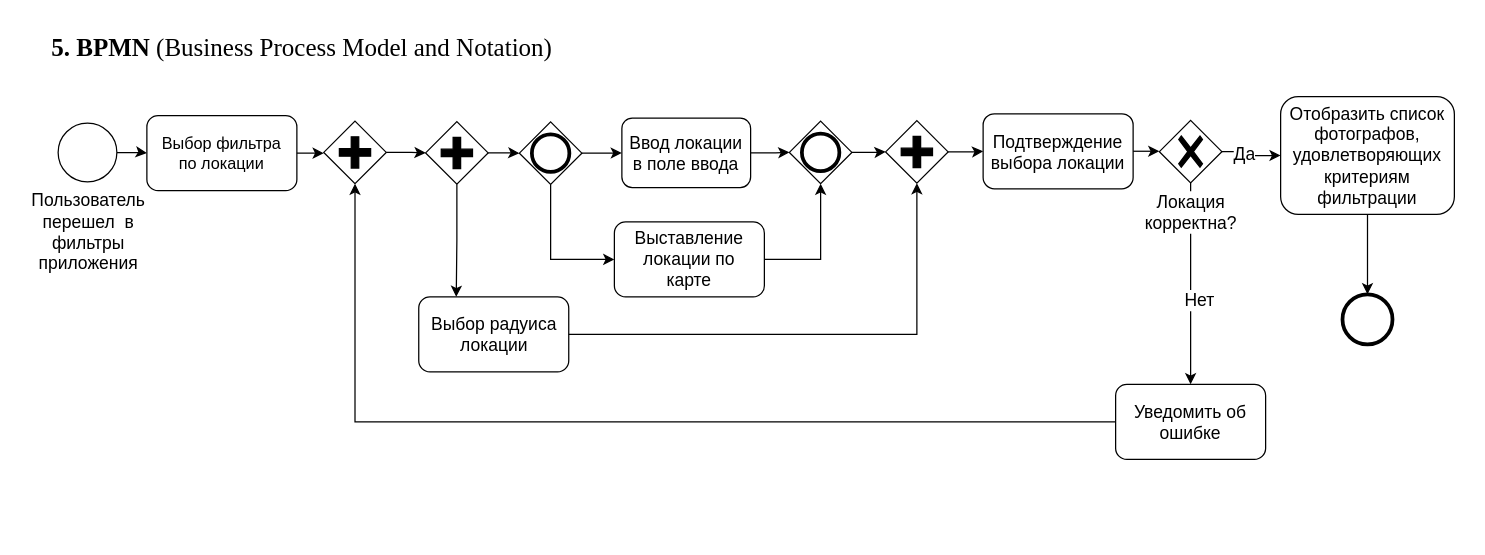
Above: page "Страница — 2" (2 of 2) of Vakhromova_Jenya/Бизнес требования.drawio in abdullahproff/BSA21_1 (draw.io), before the change. Source tidied: cells renumbered, new cells numbered last; positions are measured from the earlier drawing's top-left corner, leaving out a move shared by most shapes. Both pictures are drawn from the tidied source at 125%, with x=0, y=0 at pixel (21, 21).
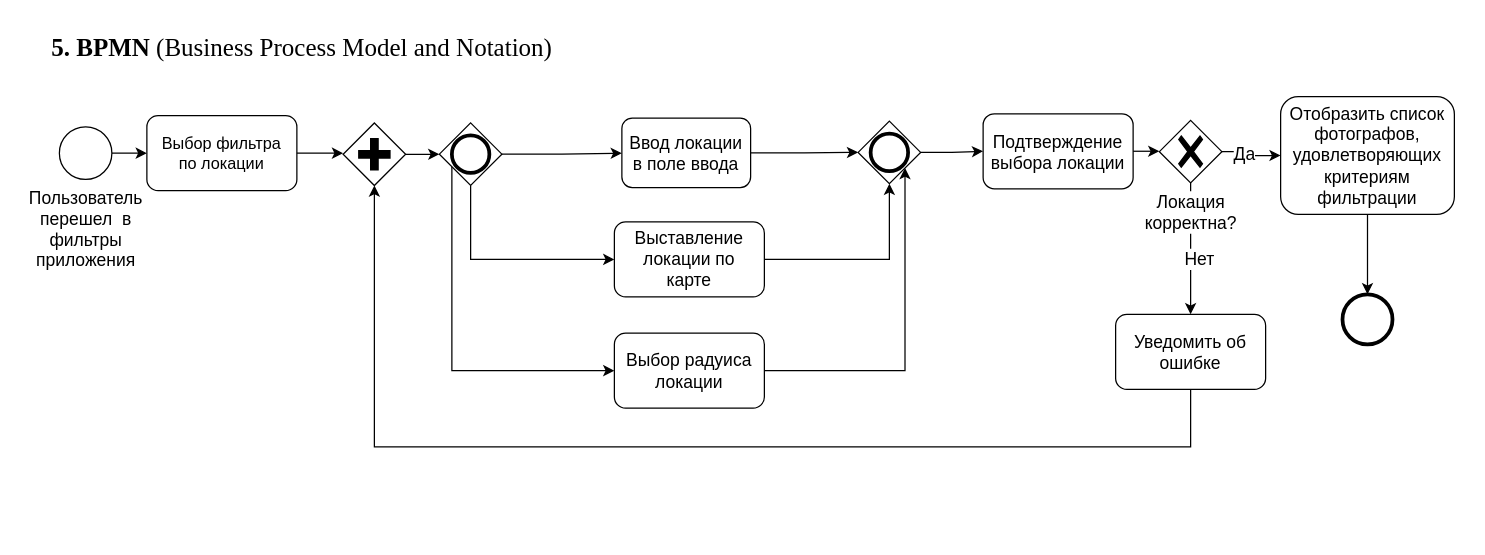
The same diagram, later.

The change refers to these unchanged cells:
```xml
<mxCell id="6" value="&lt;font style=&quot;font-size: 13px;&quot;&gt;Выбор фильтра по локации&lt;/font&gt;" style="whiteSpace=wrap;html=1;verticalAlign=middle;labelBackgroundColor=none;rounded=1;spacingLeft=3;spacingRight=3;" parent="1" vertex="1">
  <mxGeometry x="100" y="75" width="120" height="60" as="geometry" />
</mxCell>
<mxCell id="8" value="&lt;font style=&quot;font-size: 14px;&quot;&gt;Ввод локации в поле ввода&lt;/font&gt;" style="whiteSpace=wrap;html=1;verticalAlign=middle;labelBackgroundColor=none;rounded=1;spacingLeft=3;spacingRight=3;" parent="1" vertex="1">
  <mxGeometry x="480" y="77" width="103" height="55.5" as="geometry" />
</mxCell>
<mxCell id="9" value="&lt;font style=&quot;font-size: 14px;&quot;&gt;Выставление локации по карте&lt;/font&gt;" style="whiteSpace=wrap;html=1;verticalAlign=middle;labelBackgroundColor=none;rounded=1;spacingLeft=3;spacingRight=3;" parent="1" vertex="1">
  <mxGeometry x="474" y="160" width="120" height="60" as="geometry" />
</mxCell>
<mxCell id="14" value="&lt;font style=&quot;font-size: 14px;&quot;&gt;Подтверждение выбора локации&lt;/font&gt;" style="rounded=1;whiteSpace=wrap;html=1;verticalAlign=middle;labelBackgroundColor=none;spacingLeft=3;spacingRight=3;" parent="1" vertex="1">
  <mxGeometry x="769" y="73.5" width="120" height="60" as="geometry" />
</mxCell>
```

What changed in the source:
```diff
@@
     <mxCell id="2" style="rounded=0;whiteSpace=wrap;html=1;strokeColor=none;" parent="1" vertex="1">
-      <mxGeometry y="50" width="1154" height="310" as="geometry" />
+      <mxGeometry y="50" width="1154" height="360" as="geometry" />
     </mxCell>
@@
     <mxCell id="5" value="&lt;font style=&quot;font-size: 14px;&quot;&gt;Пользователь&lt;/font&gt;&lt;div style=&quot;font-size: 14px;&quot;&gt;перешел&amp;nbsp; в&lt;/div&gt;&lt;div style=&quot;font-size: 14px;&quot;&gt;фильтры&lt;/div&gt;&lt;div style=&quot;font-size: 14px;&quot;&gt;приложения&lt;/div&gt;" style="points=[[0.145,0.145,0],[0.5,0,0],[0.855,0.145,0],[1,0.5,0],[0.855,0.855,0],[0.5,1,0],[0.145,0.855,0],[0,0.5,0]];shape=mxgraph.bpmn.event;html=1;verticalLabelPosition=bottom;labelBackgroundColor=#ffffff;verticalAlign=top;align=center;perimeter=ellipsePerimeter;outlineConnect=0;outline=standard;symbol=general;" parent="1" vertex="1">
-      <mxGeometry x="29" y="81" width="47" height="47" as="geometry" />
+      <mxGeometry x="30" y="84" width="42" height="42" as="geometry" />
     </mxCell>
@@
     <mxCell id="10" value="Выбор радуиса локации" style="whiteSpace=wrap;html=1;verticalAlign=middle;labelBackgroundColor=none;rounded=1;fontSize=14;spacingLeft=3;spacingRight=3;" parent="1" vertex="1">
-      <mxGeometry x="317.5" y="220" width="120" height="60" as="geometry" />
+      <mxGeometry x="474" y="249" width="120" height="60" as="geometry" />
     </mxCell>
-    <mxCell id="11" style="points=[[0.25,0.25,0],[0.5,0,0],[0.75,0.25,0],[1,0.5,0],[0.75,0.75,0],[0.5,1,0],[0.25,0.75,0],[0,0.5,0]];shape=mxgraph.bpmn.gateway2;html=1;verticalLabelPosition=bottom;labelBackgroundColor=#ffffff;verticalAlign=top;align=center;perimeter=rhombusPerimeter;outlineConnect=0;outline=none;symbol=none;gwType=parallel;" parent="1" vertex="1">
-      <mxGeometry x="323" y="79.8" width="50" height="50" as="geometry" />
-    </mxCell>
-    <mxCell id="12" style="edgeStyle=orthogonalEdgeStyle;rounded=0;jettySize=auto;html=1;exitX=0.5;exitY=1;exitDx=0;exitDy=0;exitPerimeter=0;entryX=0.25;entryY=0;entryDx=0;entryDy=0;" parent="1" edge="1" source="11" target="10">
-      <mxGeometry relative="1" as="geometry" />
-    </mxCell>
-    <mxCell id="13" style="edgeStyle=orthogonalEdgeStyle;rounded=0;jettySize=auto;html=1;exitX=1;exitY=0.5;exitDx=0;exitDy=0;entryX=0.5;entryY=1;entryDx=0;entryDy=0;entryPerimeter=0;" parent="1" edge="1" source="10" target="36">
-      <mxGeometry relative="1" as="geometry" />
-    </mxCell>
@@
     <mxCell id="21" value="&lt;font style=&quot;font-size: 14px;&quot;&gt;Уведомить об ошибке&lt;/font&gt;" style="rounded=1;whiteSpace=wrap;html=1;verticalAlign=middle;labelBackgroundColor=none;" parent="1" vertex="1">
-      <mxGeometry x="875" y="290" width="120" height="60" as="geometry" />
+      <mxGeometry x="875" y="234" width="120" height="60" as="geometry" />
     </mxCell>
-    <mxCell id="22" style="points=[[0.25,0.25,0],[0.5,0,0],[0.75,0.25,0],[1,0.5,0],[0.75,0.75,0],[0.5,1,0],[0.25,0.75,0],[0,0.5,0]];shape=mxgraph.bpmn.gateway2;html=1;verticalLabelPosition=bottom;labelBackgroundColor=#ffffff;verticalAlign=top;align=center;perimeter=rhombusPerimeter;outlineConnect=0;outline=none;symbol=none;gwType=parallel;" parent="1" vertex="1">
-      <mxGeometry x="241.5" y="79.4" width="50" height="50" as="geometry" />
-    </mxCell>
-    <mxCell id="23" style="edgeStyle=orthogonalEdgeStyle;rounded=0;jettySize=auto;html=1;exitX=1;exitY=0.5;exitDx=0;exitDy=0;entryX=0;entryY=0.5;entryDx=0;entryDy=0;entryPerimeter=0;" parent="1" edge="1" source="6" target="22">
-      <mxGeometry relative="1" as="geometry" />
-    </mxCell>
-    <mxCell id="24" style="edgeStyle=orthogonalEdgeStyle;rounded=0;jettySize=auto;html=1;entryX=0;entryY=0.5;entryDx=0;entryDy=0;entryPerimeter=0;" parent="1" edge="1" source="22" target="11">
-      <mxGeometry relative="1" as="geometry" />
-    </mxCell>
-    <mxCell id="25" style="edgeStyle=orthogonalEdgeStyle;rounded=0;jettySize=auto;html=1;entryX=0.5;entryY=1;entryDx=0;entryDy=0;entryPerimeter=0;" parent="1" edge="1" source="21" target="22">
-      <mxGeometry relative="1" as="geometry" />
-    </mxCell>
@@
     <mxCell id="29" style="edgeStyle=orthogonalEdgeStyle;rounded=0;jettySize=auto;html=1;entryX=0;entryY=0.5;entryDx=0;entryDy=0;" parent="1" edge="1" source="31" target="9">
       <mxGeometry relative="1" as="geometry">
         <Array as="points">
-          <mxPoint x="423" y="190" />
+          <mxPoint x="359" y="190" />
         </Array>
       </mxGeometry>
     </mxCell>
-    <mxCell id="30" style="edgeStyle=orthogonalEdgeStyle;rounded=0;jettySize=auto;html=1;" parent="1" edge="1" source="31" target="8">
-      <mxGeometry relative="1" as="geometry" />
+    <mxCell id="30" style="edgeStyle=orthogonalEdgeStyle;rounded=0;jettySize=auto;html=1;" parent="1" edge="1" source="31">
+      <mxGeometry relative="1" as="geometry">
+        <mxPoint x="480" y="105" as="targetPoint" />
+      </mxGeometry>
     </mxCell>
+    <mxCell id="38" style="edgeStyle=orthogonalEdgeStyle;rounded=0;jettySize=auto;html=1;entryX=0;entryY=0.5;entryDx=0;entryDy=0;" parent="1" edge="1" source="31" target="10">
+      <mxGeometry relative="1" as="geometry">
+        <Array as="points">
+          <mxPoint x="344" y="279" />
+        </Array>
+      </mxGeometry>
+    </mxCell>
     <mxCell id="31" style="points=[[0.25,0.25,0],[0.5,0,0],[0.75,0.25,0],[1,0.5,0],[0.75,0.75,0],[0.5,1,0],[0.25,0.75,0],[0,0.5,0]];shape=mxgraph.bpmn.gateway2;html=1;verticalLabelPosition=bottom;labelBackgroundColor=#ffffff;verticalAlign=top;align=center;perimeter=rhombusPerimeter;outlineConnect=0;outline=end;symbol=general;" parent="1" vertex="1">
-      <mxGeometry x="398" y="80" width="50" height="50" as="geometry" />
+      <mxGeometry x="334" y="80.8" width="50" height="50" as="geometry" />
     </mxCell>
-    <mxCell id="32" style="edgeStyle=orthogonalEdgeStyle;rounded=0;jettySize=auto;html=1;entryX=0;entryY=0.5;entryDx=0;entryDy=0;entryPerimeter=0;" parent="1" edge="1" source="33" target="36">
-      <mxGeometry relative="1" as="geometry" />
-    </mxCell>
+    <mxCell id="39" style="edgeStyle=orthogonalEdgeStyle;rounded=0;jettySize=auto;html=1;" parent="1" edge="1" source="33" target="14">
+      <mxGeometry relative="1" as="geometry" />
+    </mxCell>
     <mxCell id="33" style="points=[[0.25,0.25,0],[0.5,0,0],[0.75,0.25,0],[1,0.5,0],[0.75,0.75,0],[0.5,1,0],[0.25,0.75,0],[0,0.5,0]];shape=mxgraph.bpmn.gateway2;html=1;verticalLabelPosition=bottom;labelBackgroundColor=#ffffff;verticalAlign=top;align=center;perimeter=rhombusPerimeter;outlineConnect=0;outline=end;symbol=general;" parent="1" vertex="1">
-      <mxGeometry x="614" y="79.4" width="50" height="50" as="geometry" />
+      <mxGeometry x="669" y="79.4" width="50" height="50" as="geometry" />
     </mxCell>
-    <mxCell id="34" style="edgeStyle=orthogonalEdgeStyle;rounded=0;jettySize=auto;html=1;entryX=0;entryY=0.5;entryDx=0;entryDy=0;entryPerimeter=0;" parent="1" edge="1" source="11" target="31">
-      <mxGeometry relative="1" as="geometry" />
-    </mxCell>
-    <mxCell id="35" style="edgeStyle=orthogonalEdgeStyle;rounded=0;jettySize=auto;html=1;entryX=0;entryY=0.5;entryDx=0;entryDy=0;" parent="1" edge="1" source="36" target="14">
-      <mxGeometry relative="1" as="geometry" />
-    </mxCell>
-    <mxCell id="36" style="points=[[0.25,0.25,0],[0.5,0,0],[0.75,0.25,0],[1,0.5,0],[0.75,0.75,0],[0.5,1,0],[0.25,0.75,0],[0,0.5,0]];shape=mxgraph.bpmn.gateway2;html=1;verticalLabelPosition=bottom;labelBackgroundColor=#ffffff;verticalAlign=top;align=center;perimeter=rhombusPerimeter;outlineConnect=0;outline=none;symbol=none;gwType=parallel;" parent="1" vertex="1">
-      <mxGeometry x="691" y="79" width="50" height="50" as="geometry" />
-    </mxCell>
@@
+    <mxCell id="40" style="edgeStyle=orthogonalEdgeStyle;rounded=0;jettySize=auto;html=1;entryX=0.75;entryY=0.75;entryDx=0;entryDy=0;entryPerimeter=0;" parent="1" edge="1" source="10" target="33">
+      <mxGeometry relative="1" as="geometry" />
+    </mxCell>
+    <mxCell id="41" style="points=[[0.25,0.25,0],[0.5,0,0],[0.75,0.25,0],[1,0.5,0],[0.75,0.75,0],[0.5,1,0],[0.25,0.75,0],[0,0.5,0]];shape=mxgraph.bpmn.gateway2;html=1;verticalLabelPosition=bottom;labelBackgroundColor=#ffffff;verticalAlign=top;align=center;perimeter=rhombusPerimeter;outlineConnect=0;outline=none;symbol=none;gwType=parallel;" parent="1" vertex="1">
+      <mxGeometry x="257" y="80.9" width="50" height="50" as="geometry" />
+    </mxCell>
+    <mxCell id="42" style="edgeStyle=orthogonalEdgeStyle;rounded=0;jettySize=auto;html=1;entryX=0;entryY=0.5;entryDx=0;entryDy=0;entryPerimeter=0;" parent="1" edge="1" source="41" target="31">
+      <mxGeometry relative="1" as="geometry" />
+    </mxCell>
+    <mxCell id="43" style="edgeStyle=orthogonalEdgeStyle;rounded=0;jettySize=auto;html=1;entryX=0;entryY=0.5;entryDx=0;entryDy=0;entryPerimeter=0;exitX=1;exitY=0.5;exitDx=0;exitDy=0;" parent="1" edge="1" source="6" target="41">
+      <mxGeometry relative="1" as="geometry" />
+    </mxCell>
+    <mxCell id="44" style="edgeStyle=orthogonalEdgeStyle;rounded=0;jettySize=auto;html=1;entryX=0.5;entryY=1;entryDx=0;entryDy=0;entryPerimeter=0;" parent="1" edge="1" source="21" target="41">
+      <mxGeometry relative="1" as="geometry">
+        <Array as="points">
+          <mxPoint x="935" y="340" />
+          <mxPoint x="282" y="340" />
+        </Array>
+      </mxGeometry>
+    </mxCell>
```
